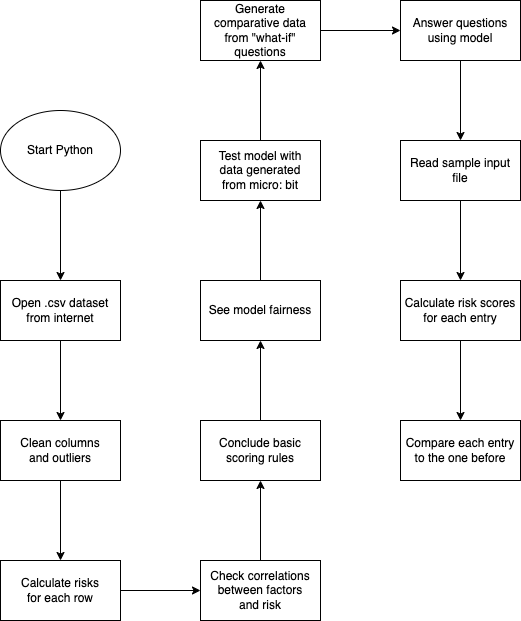
Above: report/images/flowcharts/model.png in 1234asdf1234/LCCS_Actual (draw.io), before the change. Source tidied: cells renumbered, new cells last; positions are measured from the earlier drawing's top-left corner, leaving out a move shared by most shapes. Source of this version:
```xml
<mxGraphModel>
  <root>
    <mxCell id="0" />
    <mxCell id="1" parent="0" />
    <mxCell id="2" style="edgeStyle=orthogonalEdgeStyle;rounded=0;jettySize=auto;html=1;" parent="1" edge="1" source="3" target="7">
      <mxGeometry relative="1" as="geometry" />
    </mxCell>
    <mxCell id="3" value="Open .csv dataset&lt;br&gt;from internet" style="rounded=0;whiteSpace=wrap;html=1;" parent="1" vertex="1">
      <mxGeometry y="280" width="120" height="60" as="geometry" />
    </mxCell>
    <mxCell id="4" value="Start Python" style="ellipse;whiteSpace=wrap;html=1;" parent="1" vertex="1">
      <mxGeometry y="110" width="120" height="80" as="geometry" />
    </mxCell>
    <mxCell id="5" style="endArrow=classic;html=1;rounded=0;entryX=0.5;entryY=0;entryDx=0;entryDy=0;" parent="1" edge="1" target="3">
      <mxGeometry relative="1" as="geometry">
        <mxPoint x="60" y="190" as="sourcePoint" />
      </mxGeometry>
    </mxCell>
    <mxCell id="6" style="edgeStyle=orthogonalEdgeStyle;rounded=0;jettySize=auto;html=1;" parent="1" edge="1" source="7" target="9">
      <mxGeometry relative="1" as="geometry" />
    </mxCell>
    <mxCell id="7" value="Clean columns&lt;br&gt;and outliers" style="whiteSpace=wrap;html=1;rounded=0;" parent="1" vertex="1">
      <mxGeometry y="420" width="120" height="60" as="geometry" />
    </mxCell>
    <mxCell id="8" style="edgeStyle=orthogonalEdgeStyle;rounded=0;jettySize=auto;html=1;" parent="1" edge="1" source="9" target="11">
      <mxGeometry relative="1" as="geometry" />
    </mxCell>
    <mxCell id="9" value="Calculate risks&lt;br&gt;for each row" style="whiteSpace=wrap;html=1;rounded=0;" parent="1" vertex="1">
      <mxGeometry y="560" width="120" height="60" as="geometry" />
    </mxCell>
    <mxCell id="10" style="edgeStyle=orthogonalEdgeStyle;rounded=0;jettySize=auto;html=1;" parent="1" edge="1" source="11" target="13">
      <mxGeometry relative="1" as="geometry" />
    </mxCell>
    <mxCell id="11" value="Check correlations&lt;br&gt;between factors&lt;br&gt;and risk" style="whiteSpace=wrap;html=1;rounded=0;" parent="1" vertex="1">
      <mxGeometry x="200" y="560" width="120" height="60" as="geometry" />
    </mxCell>
    <mxCell id="12" style="edgeStyle=orthogonalEdgeStyle;rounded=0;jettySize=auto;html=1;" parent="1" edge="1" source="13" target="15">
      <mxGeometry relative="1" as="geometry" />
    </mxCell>
    <mxCell id="13" value="Conclude basic scoring rules" style="whiteSpace=wrap;html=1;rounded=0;" parent="1" vertex="1">
      <mxGeometry x="200" y="420" width="120" height="60" as="geometry" />
    </mxCell>
    <mxCell id="14" style="edgeStyle=orthogonalEdgeStyle;rounded=0;jettySize=auto;html=1;" parent="1" edge="1" source="15" target="17">
      <mxGeometry relative="1" as="geometry" />
    </mxCell>
    <mxCell id="15" value="See model fairness" style="whiteSpace=wrap;html=1;rounded=0;" parent="1" vertex="1">
      <mxGeometry x="200" y="280" width="120" height="60" as="geometry" />
    </mxCell>
    <mxCell id="16" style="edgeStyle=orthogonalEdgeStyle;rounded=0;jettySize=auto;html=1;" parent="1" edge="1" source="17" target="19">
      <mxGeometry relative="1" as="geometry" />
    </mxCell>
    <mxCell id="17" value="Test model with&lt;br&gt;data generated&lt;br&gt;from micro: bit" style="whiteSpace=wrap;html=1;rounded=0;" parent="1" vertex="1">
      <mxGeometry x="200" y="140" width="120" height="60" as="geometry" />
    </mxCell>
    <mxCell id="18" style="edgeStyle=orthogonalEdgeStyle;rounded=0;jettySize=auto;html=1;" parent="1" edge="1" source="19" target="21">
      <mxGeometry relative="1" as="geometry" />
    </mxCell>
    <mxCell id="19" value="Generate comparative data from &quot;what-if&quot; questions" style="whiteSpace=wrap;html=1;rounded=0;" parent="1" vertex="1">
      <mxGeometry x="200" width="120" height="60" as="geometry" />
    </mxCell>
    <mxCell id="20" style="edgeStyle=orthogonalEdgeStyle;rounded=0;jettySize=auto;html=1;" parent="1" edge="1" source="21" target="23">
      <mxGeometry relative="1" as="geometry" />
    </mxCell>
    <mxCell id="21" value="Answer questions&lt;br&gt;using model" style="whiteSpace=wrap;html=1;rounded=0;" parent="1" vertex="1">
      <mxGeometry x="400" width="120" height="60" as="geometry" />
    </mxCell>
    <mxCell id="22" style="edgeStyle=orthogonalEdgeStyle;rounded=0;jettySize=auto;html=1;" parent="1" edge="1" source="23" target="25">
      <mxGeometry relative="1" as="geometry" />
    </mxCell>
    <mxCell id="23" value="Read sample input&lt;br&gt;file" style="whiteSpace=wrap;html=1;rounded=0;" parent="1" vertex="1">
      <mxGeometry x="400" y="140" width="120" height="60" as="geometry" />
    </mxCell>
    <mxCell id="24" style="edgeStyle=orthogonalEdgeStyle;rounded=0;jettySize=auto;html=1;" parent="1" edge="1" source="25" target="26">
      <mxGeometry relative="1" as="geometry" />
    </mxCell>
    <mxCell id="25" value="Calculate risk scores&lt;br&gt;for each entry" style="whiteSpace=wrap;html=1;rounded=0;" parent="1" vertex="1">
      <mxGeometry x="400" y="280" width="120" height="60" as="geometry" />
    </mxCell>
    <mxCell id="26" value="Compare each entry&lt;br&gt;to the one before" style="whiteSpace=wrap;html=1;rounded=0;" parent="1" vertex="1">
      <mxGeometry x="400" y="420" width="120" height="60" as="geometry" />
    </mxCell>
  </root>
</mxGraphModel>
```
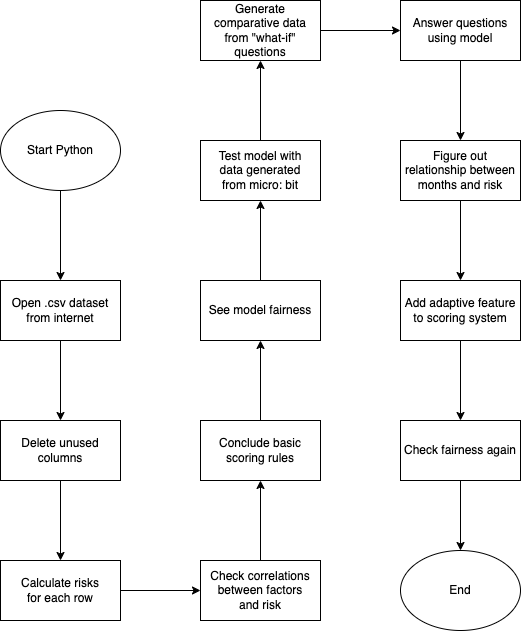
Above is the later version.

Commit message:
update model flowchart

Change to the diagram source:
```diff
@@ -19,7 +19,7 @@
     <mxCell id="6" style="edgeStyle=orthogonalEdgeStyle;rounded=0;jettySize=auto;html=1;" parent="1" edge="1" source="7" target="9">
       <mxGeometry relative="1" as="geometry" />
     </mxCell>
-    <mxCell id="7" value="Clean columns&lt;br&gt;and outliers" style="whiteSpace=wrap;html=1;rounded=0;" parent="1" vertex="1">
+    <mxCell id="7" value="Delete unused&lt;br&gt;columns" style="whiteSpace=wrap;html=1;rounded=0;" parent="1" vertex="1">
       <mxGeometry y="420" width="120" height="60" as="geometry" />
     </mxCell>
     <mxCell id="8" style="edgeStyle=orthogonalEdgeStyle;rounded=0;jettySize=auto;html=1;" parent="1" edge="1" source="9" target="11">
@@ -67,17 +67,23 @@
     <mxCell id="22" style="edgeStyle=orthogonalEdgeStyle;rounded=0;jettySize=auto;html=1;" parent="1" edge="1" source="23" target="25">
       <mxGeometry relative="1" as="geometry" />
     </mxCell>
-    <mxCell id="23" value="Read sample input&lt;br&gt;file" style="whiteSpace=wrap;html=1;rounded=0;" parent="1" vertex="1">
+    <mxCell id="23" value="Figure out relationship between months and risk" style="whiteSpace=wrap;html=1;rounded=0;" parent="1" vertex="1">
       <mxGeometry x="400" y="140" width="120" height="60" as="geometry" />
     </mxCell>
     <mxCell id="24" style="edgeStyle=orthogonalEdgeStyle;rounded=0;jettySize=auto;html=1;" parent="1" edge="1" source="25" target="26">
       <mxGeometry relative="1" as="geometry" />
     </mxCell>
-    <mxCell id="25" value="Calculate risk scores&lt;br&gt;for each entry" style="whiteSpace=wrap;html=1;rounded=0;" parent="1" vertex="1">
+    <mxCell id="25" value="Add adaptive feature&lt;br&gt;to scoring system" style="whiteSpace=wrap;html=1;rounded=0;" parent="1" vertex="1">
       <mxGeometry x="400" y="280" width="120" height="60" as="geometry" />
     </mxCell>
+    <mxCell id="27" style="edgeStyle=orthogonalEdgeStyle;rounded=0;jettySize=auto;html=1;entryX=0.5;entryY=0;entryDx=0;entryDy=0;" parent="1" edge="1" source="26" target="28">
+      <mxGeometry relative="1" as="geometry" />
+    </mxCell>
-    <mxCell id="26" value="Compare each entry&lt;br&gt;to the one before" style="whiteSpace=wrap;html=1;rounded=0;" parent="1" vertex="1">
+    <mxCell id="26" value="Check fairness again" style="whiteSpace=wrap;html=1;rounded=0;" parent="1" vertex="1">
       <mxGeometry x="400" y="420" width="120" height="60" as="geometry" />
     </mxCell>
+    <mxCell id="28" value="End" style="ellipse;whiteSpace=wrap;html=1;" parent="1" vertex="1">
+      <mxGeometry x="400" y="550" width="120" height="80" as="geometry" />
+    </mxCell>
   </root>
 </mxGraphModel>
```
